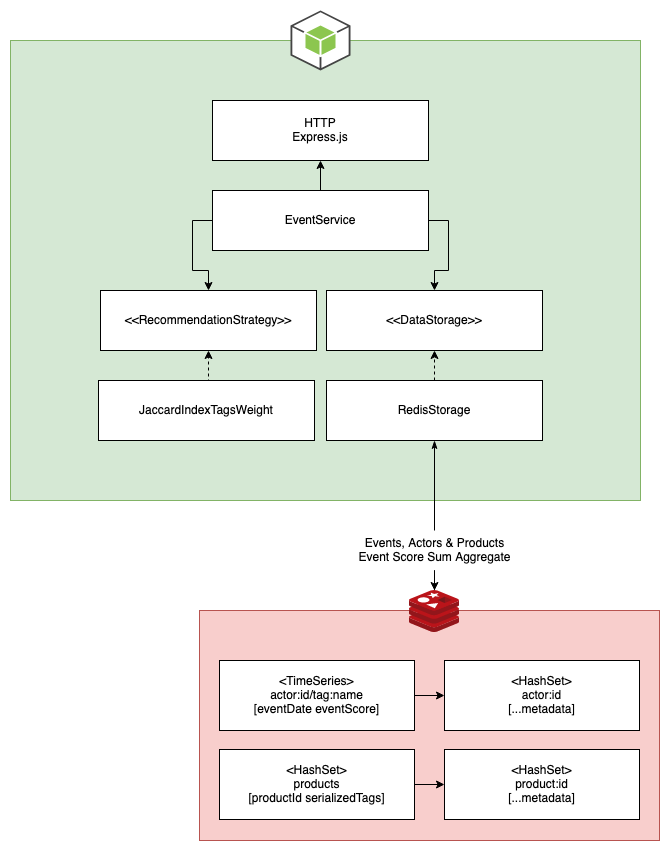
Above: architecture.png in pilotpirxie/recommendation-redis (draw.io), before the change. Source tidied: cells renumbered, new cells last; positions are measured from the earlier drawing's top-left corner, leaving out a move shared by most shapes. Its diagram source:
```xml
<mxGraphModel>
  <root>
    <mxCell id="0" />
    <mxCell id="1" parent="0" />
    <mxCell id="2" style="rounded=0;whiteSpace=wrap;html=1;fillColor=#d5e8d4;strokeColor=#82b366;" parent="1" vertex="1">
      <mxGeometry y="30" width="630" height="460" as="geometry" />
    </mxCell>
    <mxCell id="3" style="dashed=0;verticalLabelPosition=bottom;verticalAlign=top;align=center;html=1;shape=mxgraph.aws3.android;fillColor=#8CC64F;gradientColor=none;" parent="1" vertex="1">
      <mxGeometry x="280" width="60" height="60" as="geometry" />
    </mxCell>
    <mxCell id="4" value="&amp;lt;&amp;lt;RecommendationStrategy&amp;gt;&amp;gt;" style="rounded=0;whiteSpace=wrap;html=1;" parent="1" vertex="1">
      <mxGeometry x="90" y="280" width="216" height="60" as="geometry" />
    </mxCell>
    <mxCell id="5" style="edgeStyle=orthogonalEdgeStyle;rounded=0;jettySize=auto;html=1;exitX=0.5;exitY=0;exitDx=0;exitDy=0;entryX=0.5;entryY=1;entryDx=0;entryDy=0;dashed=1;" parent="1" edge="1" source="6" target="4">
      <mxGeometry relative="1" as="geometry" />
    </mxCell>
    <mxCell id="6" value="JaccardIndexTagsWeight" style="rounded=0;whiteSpace=wrap;html=1;" parent="1" vertex="1">
      <mxGeometry x="88" y="370" width="216" height="60" as="geometry" />
    </mxCell>
    <mxCell id="7" value="&amp;lt;&amp;lt;DataStorage&amp;gt;&amp;gt;" style="rounded=0;whiteSpace=wrap;html=1;" parent="1" vertex="1">
      <mxGeometry x="316" y="280" width="216" height="60" as="geometry" />
    </mxCell>
    <mxCell id="8" style="edgeStyle=orthogonalEdgeStyle;rounded=0;jettySize=auto;html=1;exitX=0.5;exitY=0;exitDx=0;exitDy=0;entryX=0.5;entryY=1;entryDx=0;entryDy=0;dashed=1;" parent="1" edge="1" source="10" target="7">
      <mxGeometry relative="1" as="geometry" />
    </mxCell>
    <mxCell id="9" style="edgeStyle=orthogonalEdgeStyle;rounded=0;jettySize=auto;html=1;exitX=0.5;exitY=1;exitDx=0;exitDy=0;startArrow=none;" parent="1" edge="1" source="23" target="16">
      <mxGeometry relative="1" as="geometry" />
    </mxCell>
    <mxCell id="10" value="RedisStorage" style="rounded=0;whiteSpace=wrap;html=1;" parent="1" vertex="1">
      <mxGeometry x="316" y="370" width="216" height="60" as="geometry" />
    </mxCell>
    <mxCell id="11" style="edgeStyle=orthogonalEdgeStyle;rounded=0;jettySize=auto;html=1;exitX=0;exitY=0.5;exitDx=0;exitDy=0;" parent="1" edge="1" source="14" target="4">
      <mxGeometry relative="1" as="geometry" />
    </mxCell>
    <mxCell id="12" style="edgeStyle=orthogonalEdgeStyle;rounded=0;jettySize=auto;html=1;exitX=1;exitY=0.5;exitDx=0;exitDy=0;entryX=0.5;entryY=0;entryDx=0;entryDy=0;" parent="1" edge="1" source="14" target="7">
      <mxGeometry relative="1" as="geometry" />
    </mxCell>
    <mxCell id="13" style="edgeStyle=orthogonalEdgeStyle;rounded=0;jettySize=auto;html=1;exitX=0.5;exitY=0;exitDx=0;exitDy=0;entryX=0.5;entryY=1;entryDx=0;entryDy=0;startArrow=none;startFill=0;" parent="1" edge="1" source="14" target="25">
      <mxGeometry relative="1" as="geometry" />
    </mxCell>
    <mxCell id="14" value="EventService" style="rounded=0;whiteSpace=wrap;html=1;" parent="1" vertex="1">
      <mxGeometry x="202" y="180" width="216" height="60" as="geometry" />
    </mxCell>
    <mxCell id="15" style="rounded=0;whiteSpace=wrap;html=1;fillColor=#f8cecc;strokeColor=#b85450;" parent="1" vertex="1">
      <mxGeometry x="189" y="600" width="460" height="230" as="geometry" />
    </mxCell>
    <mxCell id="16" style="sketch=0;html=1;points=[];align=center;image;fontSize=12;image=img/lib/mscae/Cache_Redis_Product.svg;" parent="1" vertex="1">
      <mxGeometry x="399" y="580" width="50" height="42" as="geometry" />
    </mxCell>
    <mxCell id="17" style="edgeStyle=orthogonalEdgeStyle;rounded=0;jettySize=auto;html=1;exitX=1;exitY=0.5;exitDx=0;exitDy=0;entryX=0;entryY=0.5;entryDx=0;entryDy=0;" parent="1" edge="1" source="18" target="19">
      <mxGeometry relative="1" as="geometry" />
    </mxCell>
    <mxCell id="18" value="&lt;div&gt;&amp;lt;TimeSeries&amp;gt;&lt;br&gt;&lt;/div&gt;&lt;div&gt;actor:id/tag:name&lt;/div&gt;&lt;div&gt;[eventDate eventScore]&lt;/div&gt;" style="rounded=0;whiteSpace=wrap;html=1;" parent="1" vertex="1">
      <mxGeometry x="209" y="650" width="195" height="70" as="geometry" />
    </mxCell>
    <mxCell id="19" value="&lt;div&gt;&amp;lt;HashSet&amp;gt;&lt;br&gt;&lt;/div&gt;&lt;div&gt;actor:id&lt;/div&gt;&lt;div&gt;[...metadata]&lt;/div&gt;" style="rounded=0;whiteSpace=wrap;html=1;" parent="1" vertex="1">
      <mxGeometry x="434" y="650" width="195" height="70" as="geometry" />
    </mxCell>
    <mxCell id="20" value="&lt;div&gt;&amp;lt;HashSet&amp;gt;&lt;br&gt;&lt;/div&gt;&lt;div&gt;product:id&lt;/div&gt;&lt;div&gt;[...metadata]&lt;/div&gt;" style="rounded=0;whiteSpace=wrap;html=1;" parent="1" vertex="1">
      <mxGeometry x="434" y="739" width="195" height="70" as="geometry" />
    </mxCell>
    <mxCell id="21" style="edgeStyle=orthogonalEdgeStyle;rounded=0;jettySize=auto;html=1;exitX=1;exitY=0.5;exitDx=0;exitDy=0;entryX=0;entryY=0.5;entryDx=0;entryDy=0;" parent="1" edge="1" source="22" target="20">
      <mxGeometry relative="1" as="geometry" />
    </mxCell>
    <mxCell id="22" value="&lt;div&gt;&amp;lt;HashSet&amp;gt;&lt;br&gt;&lt;/div&gt;&lt;div&gt;products&lt;/div&gt;&lt;div&gt;[productId serializedTags]&lt;/div&gt;" style="rounded=0;whiteSpace=wrap;html=1;" parent="1" vertex="1">
      <mxGeometry x="209" y="739" width="195" height="70" as="geometry" />
    </mxCell>
    <mxCell id="23" value="Events, Actors &amp;amp; Products&lt;br&gt;&lt;div&gt;Event Score Sum Aggregate &lt;/div&gt;" style="text;html=1;align=center;verticalAlign=middle;points=[];strokeColor=none;fillColor=none;" parent="1" vertex="1">
      <mxGeometry x="334" y="520" width="180" height="40" as="geometry" />
    </mxCell>
    <mxCell id="24" style="edgeStyle=orthogonalEdgeStyle;rounded=0;jettySize=auto;html=1;exitX=0.5;exitY=1;exitDx=0;exitDy=0;endArrow=none;startArrow=classicThin;startFill=1;" parent="1" edge="1" source="10" target="23">
      <mxGeometry relative="1" as="geometry" />
    </mxCell>
    <mxCell id="25" value="&lt;div&gt;HTTP&lt;/div&gt;Express.js" style="rounded=0;whiteSpace=wrap;html=1;" parent="1" vertex="1">
      <mxGeometry x="202" y="90" width="216" height="60" as="geometry" />
    </mxCell>
  </root>
</mxGraphModel>
```
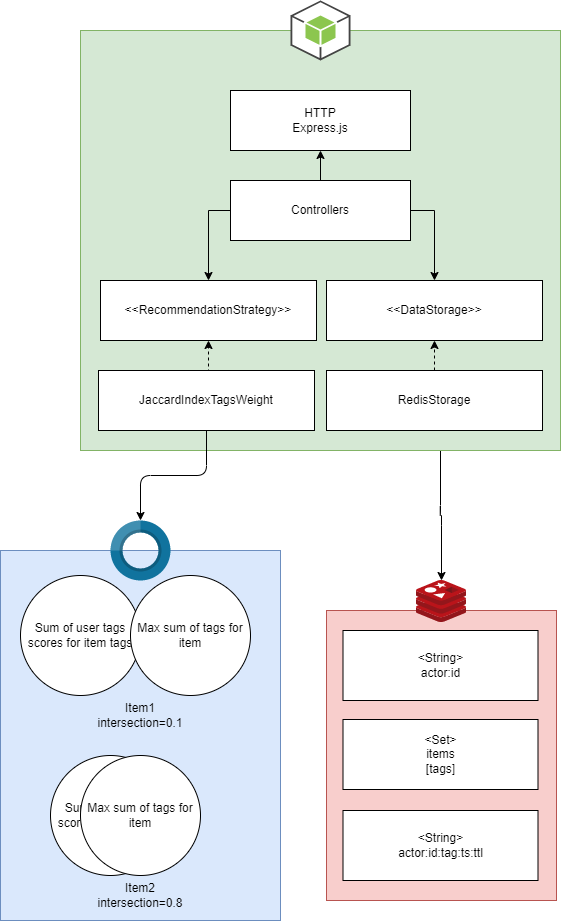
After the change.

Change to the diagram source:
```diff
@@ -2,8 +2,14 @@
   <root>
     <mxCell id="0" />
     <mxCell id="1" parent="0" />
+    <mxCell id="26" style="rounded=0;whiteSpace=wrap;html=1;fillColor=#dae8fc;strokeColor=#6c8ebf;" parent="1" vertex="1">
+      <mxGeometry x="-10" y="550" width="280" height="370" as="geometry" />
+    </mxCell>
+    <mxCell id="27" style="edgeStyle=orthogonalEdgeStyle;html=1;exitX=0.75;exitY=1;exitDx=0;exitDy=0;fontColor=#000000;" parent="1" edge="1" source="2" target="16">
+      <mxGeometry relative="1" as="geometry" />
+    </mxCell>
     <mxCell id="2" style="rounded=0;whiteSpace=wrap;html=1;fillColor=#d5e8d4;strokeColor=#82b366;" parent="1" vertex="1">
-      <mxGeometry y="30" width="630" height="460" as="geometry" />
+      <mxGeometry x="70" y="30" width="480" height="420" as="geometry" />
     </mxCell>
     <mxCell id="3" style="dashed=0;verticalLabelPosition=bottom;verticalAlign=top;align=center;html=1;shape=mxgraph.aws3.android;fillColor=#8CC64F;gradientColor=none;" parent="1" vertex="1">
       <mxGeometry x="280" width="60" height="60" as="geometry" />
@@ -14,6 +20,9 @@
     <mxCell id="5" style="edgeStyle=orthogonalEdgeStyle;rounded=0;jettySize=auto;html=1;exitX=0.5;exitY=0;exitDx=0;exitDy=0;entryX=0.5;entryY=1;entryDx=0;entryDy=0;dashed=1;" parent="1" edge="1" source="6" target="4">
       <mxGeometry relative="1" as="geometry" />
     </mxCell>
+    <mxCell id="28" style="edgeStyle=orthogonalEdgeStyle;html=1;entryX=0.5;entryY=0;entryDx=0;entryDy=0;entryPerimeter=0;" parent="1" edge="1" source="6" target="35">
+      <mxGeometry relative="1" as="geometry" />
+    </mxCell>
     <mxCell id="6" value="JaccardIndexTagsWeight" style="rounded=0;whiteSpace=wrap;html=1;" parent="1" vertex="1">
       <mxGeometry x="88" y="370" width="216" height="60" as="geometry" />
     </mxCell>
@@ -23,9 +32,6 @@
     <mxCell id="8" style="edgeStyle=orthogonalEdgeStyle;rounded=0;jettySize=auto;html=1;exitX=0.5;exitY=0;exitDx=0;exitDy=0;entryX=0.5;entryY=1;entryDx=0;entryDy=0;dashed=1;" parent="1" edge="1" source="10" target="7">
       <mxGeometry relative="1" as="geometry" />
     </mxCell>
-    <mxCell id="9" style="edgeStyle=orthogonalEdgeStyle;rounded=0;jettySize=auto;html=1;exitX=0.5;exitY=1;exitDx=0;exitDy=0;startArrow=none;" parent="1" edge="1" source="23" target="16">
-      <mxGeometry relative="1" as="geometry" />
-    </mxCell>
     <mxCell id="10" value="RedisStorage" style="rounded=0;whiteSpace=wrap;html=1;" parent="1" vertex="1">
       <mxGeometry x="316" y="370" width="216" height="60" as="geometry" />
     </mxCell>
@@ -38,41 +44,47 @@
     <mxCell id="13" style="edgeStyle=orthogonalEdgeStyle;rounded=0;jettySize=auto;html=1;exitX=0.5;exitY=0;exitDx=0;exitDy=0;entryX=0.5;entryY=1;entryDx=0;entryDy=0;startArrow=none;startFill=0;" parent="1" edge="1" source="14" target="25">
       <mxGeometry relative="1" as="geometry" />
     </mxCell>
-    <mxCell id="14" value="EventService" style="rounded=0;whiteSpace=wrap;html=1;" parent="1" vertex="1">
-      <mxGeometry x="202" y="180" width="216" height="60" as="geometry" />
+    <mxCell id="14" value="Controllers" style="rounded=0;whiteSpace=wrap;html=1;" parent="1" vertex="1">
+      <mxGeometry x="220" y="180" width="180" height="60" as="geometry" />
     </mxCell>
     <mxCell id="15" style="rounded=0;whiteSpace=wrap;html=1;fillColor=#f8cecc;strokeColor=#b85450;" parent="1" vertex="1">
-      <mxGeometry x="189" y="600" width="460" height="230" as="geometry" />
+      <mxGeometry x="316" y="610" width="230" height="290" as="geometry" />
     </mxCell>
     <mxCell id="16" style="sketch=0;html=1;points=[];align=center;image;fontSize=12;image=img/lib/mscae/Cache_Redis_Product.svg;" parent="1" vertex="1">
-      <mxGeometry x="399" y="580" width="50" height="42" as="geometry" />
+      <mxGeometry x="406" y="580" width="50" height="42" as="geometry" />
     </mxCell>
-    <mxCell id="17" style="edgeStyle=orthogonalEdgeStyle;rounded=0;jettySize=auto;html=1;exitX=1;exitY=0.5;exitDx=0;exitDy=0;entryX=0;entryY=0.5;entryDx=0;entryDy=0;" parent="1" edge="1" source="18" target="19">
-      <mxGeometry relative="1" as="geometry" />
-    </mxCell>
-    <mxCell id="18" value="&lt;div&gt;&amp;lt;TimeSeries&amp;gt;&lt;br&gt;&lt;/div&gt;&lt;div&gt;actor:id/tag:name&lt;/div&gt;&lt;div&gt;[eventDate eventScore]&lt;/div&gt;" style="rounded=0;whiteSpace=wrap;html=1;" parent="1" vertex="1">
-      <mxGeometry x="209" y="650" width="195" height="70" as="geometry" />
+    <mxCell id="18" value="&lt;div&gt;&amp;lt;String&amp;gt;&lt;br&gt;&lt;/div&gt;&lt;div&gt;actor:id&lt;/div&gt;" style="rounded=0;whiteSpace=wrap;html=1;" parent="1" vertex="1">
+      <mxGeometry x="332.5" y="630" width="195" height="70" as="geometry" />
     </mxCell>
-    <mxCell id="19" value="&lt;div&gt;&amp;lt;HashSet&amp;gt;&lt;br&gt;&lt;/div&gt;&lt;div&gt;actor:id&lt;/div&gt;&lt;div&gt;[...metadata]&lt;/div&gt;" style="rounded=0;whiteSpace=wrap;html=1;" parent="1" vertex="1">
-      <mxGeometry x="434" y="650" width="195" height="70" as="geometry" />
+    <mxCell id="19" value="&lt;div&gt;&amp;lt;String&amp;gt;&lt;br&gt;&lt;/div&gt;&lt;div&gt;actor:id:tag:ts:ttl&lt;/div&gt;" style="rounded=0;whiteSpace=wrap;html=1;" parent="1" vertex="1">
+      <mxGeometry x="332.5" y="810" width="195" height="70" as="geometry" />
     </mxCell>
-    <mxCell id="20" value="&lt;div&gt;&amp;lt;HashSet&amp;gt;&lt;br&gt;&lt;/div&gt;&lt;div&gt;product:id&lt;/div&gt;&lt;div&gt;[...metadata]&lt;/div&gt;" style="rounded=0;whiteSpace=wrap;html=1;" parent="1" vertex="1">
-      <mxGeometry x="434" y="739" width="195" height="70" as="geometry" />
-    </mxCell>
-    <mxCell id="21" style="edgeStyle=orthogonalEdgeStyle;rounded=0;jettySize=auto;html=1;exitX=1;exitY=0.5;exitDx=0;exitDy=0;entryX=0;entryY=0.5;entryDx=0;entryDy=0;" parent="1" edge="1" source="22" target="20">
-      <mxGeometry relative="1" as="geometry" />
-    </mxCell>
-    <mxCell id="22" value="&lt;div&gt;&amp;lt;HashSet&amp;gt;&lt;br&gt;&lt;/div&gt;&lt;div&gt;products&lt;/div&gt;&lt;div&gt;[productId serializedTags]&lt;/div&gt;" style="rounded=0;whiteSpace=wrap;html=1;" parent="1" vertex="1">
-      <mxGeometry x="209" y="739" width="195" height="70" as="geometry" />
+    <mxCell id="22" value="&lt;div&gt;&amp;lt;Set&amp;gt;&lt;br&gt;&lt;/div&gt;&lt;div&gt;items&lt;/div&gt;&lt;div&gt;[tags]&lt;/div&gt;" style="rounded=0;whiteSpace=wrap;html=1;" parent="1" vertex="1">
+      <mxGeometry x="332.5" y="719" width="195" height="70" as="geometry" />
     </mxCell>
-    <mxCell id="23" value="Events, Actors &amp;amp; Products&lt;br&gt;&lt;div&gt;Event Score Sum Aggregate &lt;/div&gt;" style="text;html=1;align=center;verticalAlign=middle;points=[];strokeColor=none;fillColor=none;" parent="1" vertex="1">
-      <mxGeometry x="334" y="520" width="180" height="40" as="geometry" />
-    </mxCell>
-    <mxCell id="24" style="edgeStyle=orthogonalEdgeStyle;rounded=0;jettySize=auto;html=1;exitX=0.5;exitY=1;exitDx=0;exitDy=0;endArrow=none;startArrow=classicThin;startFill=1;" parent="1" edge="1" source="10" target="23">
-      <mxGeometry relative="1" as="geometry" />
-    </mxCell>
     <mxCell id="25" value="&lt;div&gt;HTTP&lt;/div&gt;Express.js" style="rounded=0;whiteSpace=wrap;html=1;" parent="1" vertex="1">
-      <mxGeometry x="202" y="90" width="216" height="60" as="geometry" />
+      <mxGeometry x="220" y="90" width="180" height="60" as="geometry" />
     </mxCell>
+    <mxCell id="29" value="Sum of user tags scores for item tags" style="ellipse;whiteSpace=wrap;html=1;" parent="1" vertex="1">
+      <mxGeometry x="10" y="575" width="120" height="120" as="geometry" />
+    </mxCell>
+    <mxCell id="30" value="Max sum of tags for item" style="ellipse;whiteSpace=wrap;html=1;" parent="1" vertex="1">
+      <mxGeometry x="120" y="575" width="120" height="120" as="geometry" />
+    </mxCell>
+    <mxCell id="31" value="Item1 intersection=0.1" style="text;html=1;strokeColor=none;fillColor=none;align=center;verticalAlign=middle;whiteSpace=wrap;rounded=0;fontColor=#000000;" parent="1" vertex="1">
+      <mxGeometry x="100" y="700" width="60" height="30" as="geometry" />
+    </mxCell>
+    <mxCell id="32" value="Sum of user tags scores for item tags" style="ellipse;whiteSpace=wrap;html=1;" parent="1" vertex="1">
+      <mxGeometry x="40" y="755" width="120" height="120" as="geometry" />
+    </mxCell>
+    <mxCell id="33" value="Max sum of tags for item" style="ellipse;whiteSpace=wrap;html=1;" parent="1" vertex="1">
+      <mxGeometry x="70" y="755" width="120" height="120" as="geometry" />
+    </mxCell>
+    <mxCell id="34" value="Item2 intersection=0.8" style="text;html=1;strokeColor=none;fillColor=none;align=center;verticalAlign=middle;whiteSpace=wrap;rounded=0;fontColor=#000000;" parent="1" vertex="1">
+      <mxGeometry x="100" y="880" width="60" height="30" as="geometry" />
+    </mxCell>
+    <mxCell id="35" style="verticalLabelPosition=middle;verticalAlign=middle;html=1;html=1;shape=mxgraph.infographic.partConcEllipse;fillColor=#10739E;strokeColor=none;startAngle=0;endAngle=0.75;arcWidth=0.4;fontSize=20;fontColor=#10739E;align=center;fontStyle=1;" parent="1" vertex="1">
+      <mxGeometry x="100" y="520" width="60" height="60" as="geometry" />
+    </mxCell>
   </root>
 </mxGraphModel>
```
